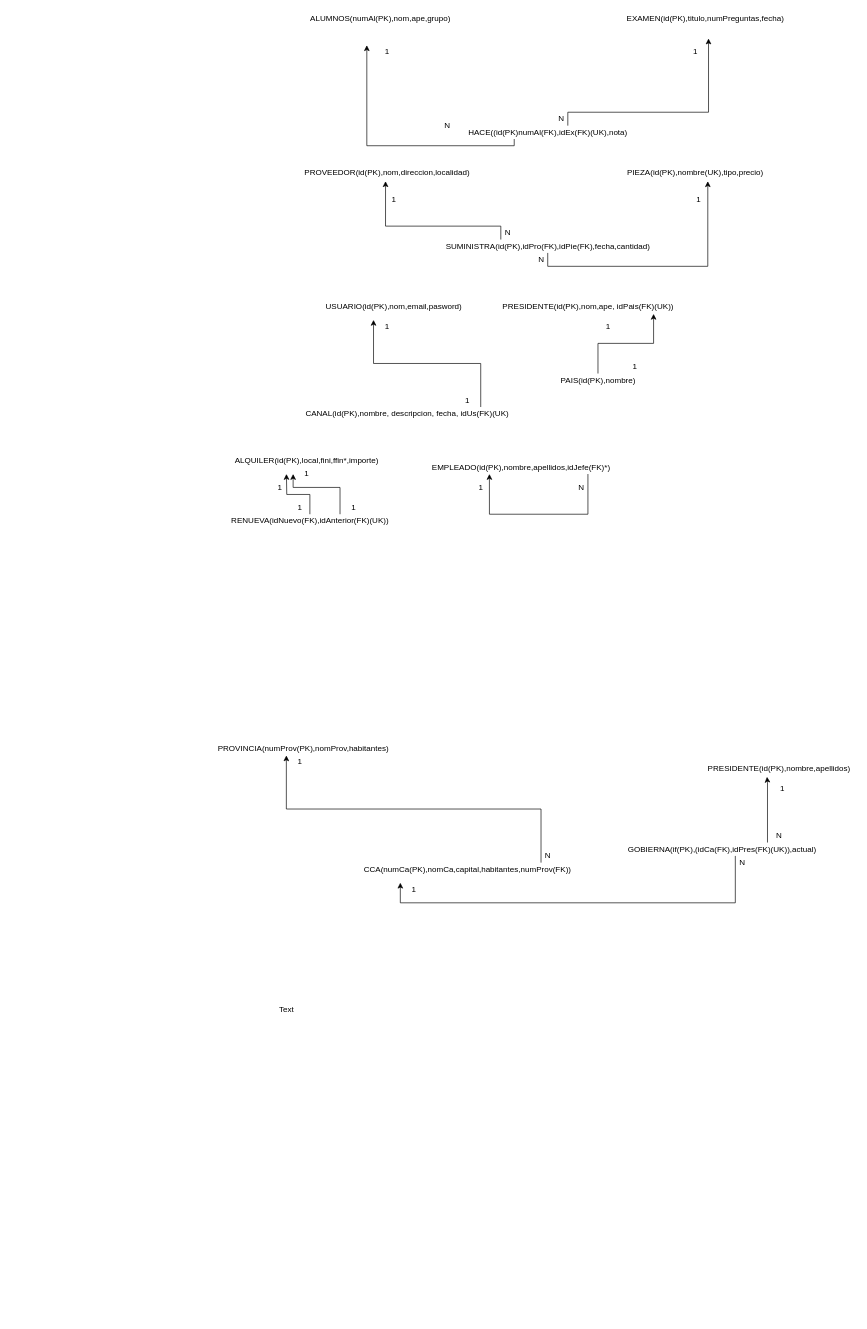
Above: Base de Datos/Unidad 3/Actividad 4.drawio in Fran898/Practica (draw.io), before the change. Source tidied: cells renumbered, new cells numbered last; positions are measured from the earlier drawing's top-left corner, leaving out a move shared by most shapes. Both pictures are drawn from the tidied source at 67%, with x=0, y=0 at pixel (212, 11).
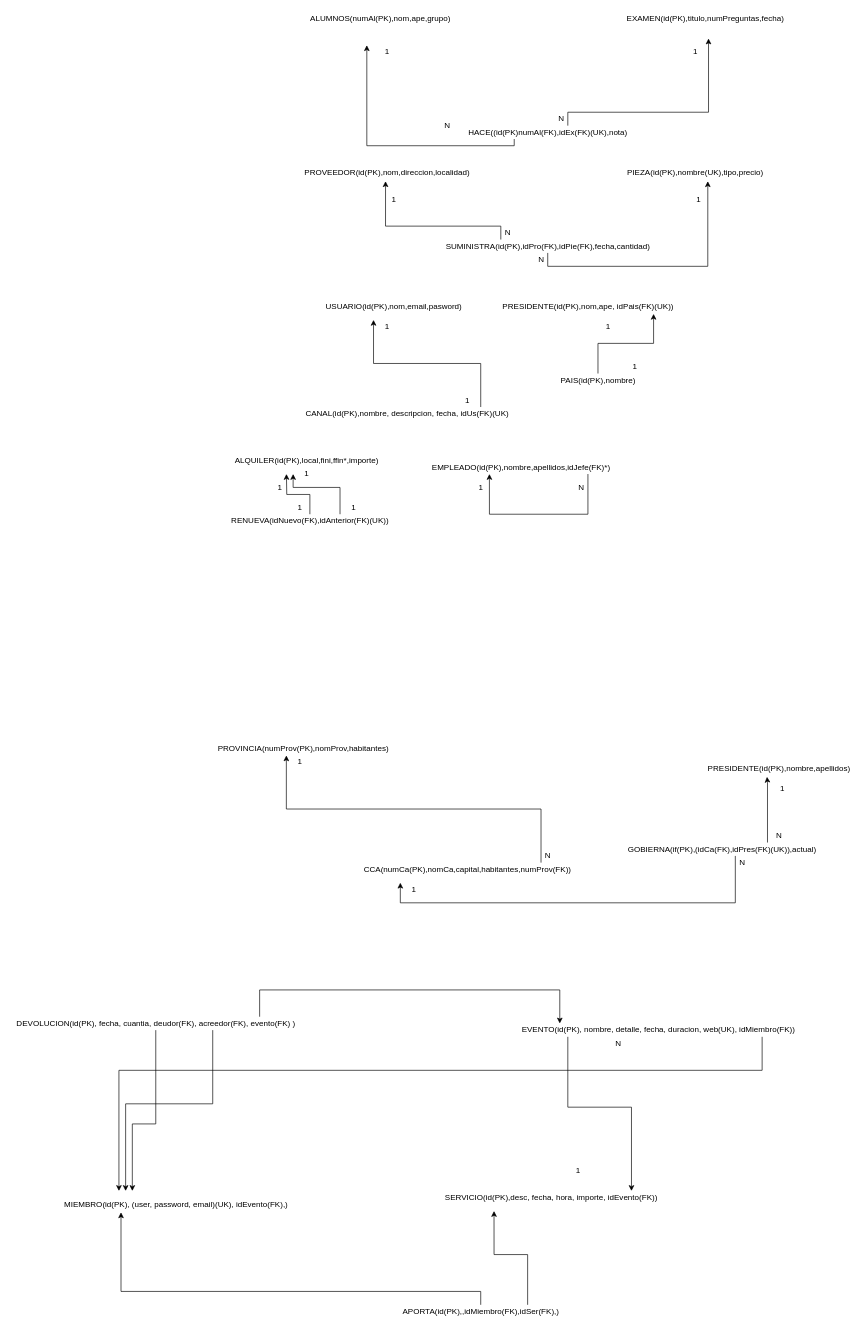
Above is the later version.

Diff of the diagram source:
```diff
@@
-    <mxCell id="55" value="Text" style="text;html=1;align=center;verticalAlign=middle;strokeColor=none;fillColor=none;" parent="1" vertex="1">
-      <mxGeometry x="90" y="1480" width="40" height="20" as="geometry" />
-    </mxCell>
+    <mxCell id="56" style="edgeStyle=orthogonalEdgeStyle;rounded=0;jettySize=auto;html=1;" parent="1" edge="1" source="59">
+      <mxGeometry relative="1" as="geometry">
+        <mxPoint x="-130" y="1760" as="targetPoint" />
+        <Array as="points">
+          <mxPoint y="1630" />
+          <mxPoint x="-130" y="1630" />
+        </Array>
+      </mxGeometry>
+    </mxCell>
+    <mxCell id="57" style="edgeStyle=orthogonalEdgeStyle;rounded=0;jettySize=auto;html=1;" parent="1" edge="1" source="59">
+      <mxGeometry relative="1" as="geometry">
+        <mxPoint x="-120" y="1760" as="targetPoint" />
+        <Array as="points">
+          <mxPoint x="-85" y="1660" />
+          <mxPoint x="-120" y="1660" />
+        </Array>
+      </mxGeometry>
+    </mxCell>
+    <mxCell id="58" style="edgeStyle=orthogonalEdgeStyle;rounded=0;jettySize=auto;html=1;entryX=0.15;entryY=0;entryDx=0;entryDy=0;entryPerimeter=0;" parent="1" edge="1" source="59" target="62">
+      <mxGeometry relative="1" as="geometry">
+        <Array as="points">
+          <mxPoint x="70" y="1460" />
+          <mxPoint x="518" y="1460" />
+        </Array>
+      </mxGeometry>
+    </mxCell>
+    <mxCell id="59" value="DEVOLUCION(id(PK), fecha, cuantia, deudor(FK), acreedor(FK), evento(FK) )" style="text;html=1;align=center;verticalAlign=middle;points=[];strokeColor=none;fillColor=none;" parent="1" vertex="1">
+      <mxGeometry x="-300" y="1500" width="430" height="20" as="geometry" />
+    </mxCell>
+    <mxCell id="60" style="edgeStyle=orthogonalEdgeStyle;rounded=0;jettySize=auto;html=1;" parent="1" edge="1" source="62" target="66">
+      <mxGeometry relative="1" as="geometry">
+        <Array as="points">
+          <mxPoint x="530" y="1635" />
+          <mxPoint x="625" y="1635" />
+        </Array>
+      </mxGeometry>
+    </mxCell>
+    <mxCell id="61" style="edgeStyle=orthogonalEdgeStyle;rounded=0;jettySize=auto;html=1;" parent="1" edge="1" source="62">
+      <mxGeometry relative="1" as="geometry">
+        <mxPoint x="-140" y="1760" as="targetPoint" />
+        <Array as="points">
+          <mxPoint x="820" y="1580" />
+          <mxPoint x="-140" y="1580" />
+        </Array>
+      </mxGeometry>
+    </mxCell>
+    <mxCell id="62" value="EVENTO(id(PK), nombre, detalle, fecha, duracion, web(UK), idMiembro(FK))" style="text;html=1;align=center;verticalAlign=middle;points=[];strokeColor=none;fillColor=none;" parent="1" vertex="1">
+      <mxGeometry x="455" y="1510" width="420" height="20" as="geometry" />
+    </mxCell>
+    <mxCell id="63" value="MIEMBRO(id(PK), (user, password, email)(UK), idEvento(FK),)" style="text;html=1;align=center;verticalAlign=middle;points=[];strokeColor=none;fillColor=none;" parent="1" vertex="1">
+      <mxGeometry x="-230" y="1770" width="350" height="20" as="geometry" />
+    </mxCell>
+    <mxCell id="64" value="1" style="text;html=1;align=center;verticalAlign=middle;strokeColor=none;fillColor=none;" parent="1" vertex="1">
+      <mxGeometry x="535" y="1720" width="20" height="20" as="geometry" />
+    </mxCell>
+    <mxCell id="65" value="N" style="text;html=1;align=center;verticalAlign=middle;strokeColor=none;fillColor=none;" parent="1" vertex="1">
+      <mxGeometry x="595" y="1530" width="20" height="20" as="geometry" />
+    </mxCell>
+    <mxCell id="66" value="SERVICIO(id(PK),desc, fecha, hora, importe, idEvento(FK))" style="text;html=1;align=center;verticalAlign=middle;points=[];strokeColor=none;fillColor=none;" parent="1" vertex="1">
+      <mxGeometry x="340" y="1760" width="330" height="20" as="geometry" />
+    </mxCell>
+    <mxCell id="67" style="edgeStyle=orthogonalEdgeStyle;rounded=0;jettySize=auto;html=1;entryX=0.266;entryY=1.1;entryDx=0;entryDy=0;entryPerimeter=0;" parent="1" edge="1" source="69" target="63">
+      <mxGeometry relative="1" as="geometry">
+        <Array as="points">
+          <mxPoint x="400" y="1910" />
+          <mxPoint x="-137" y="1910" />
+        </Array>
+      </mxGeometry>
+    </mxCell>
+    <mxCell id="68" style="edgeStyle=orthogonalEdgeStyle;rounded=0;jettySize=auto;html=1;entryX=0.242;entryY=1.5;entryDx=0;entryDy=0;entryPerimeter=0;" parent="1" edge="1" source="69" target="66">
+      <mxGeometry relative="1" as="geometry">
+        <Array as="points">
+          <mxPoint x="470" y="1855" />
+          <mxPoint x="420" y="1855" />
+        </Array>
+      </mxGeometry>
+    </mxCell>
+    <mxCell id="69" value="APORTA(id(PK),,idMiembro(FK),idSer(FK),)" style="text;html=1;align=center;verticalAlign=middle;points=[];strokeColor=none;fillColor=none;" parent="1" vertex="1">
+      <mxGeometry x="275" y="1930" width="250" height="20" as="geometry" />
+    </mxCell>
```
